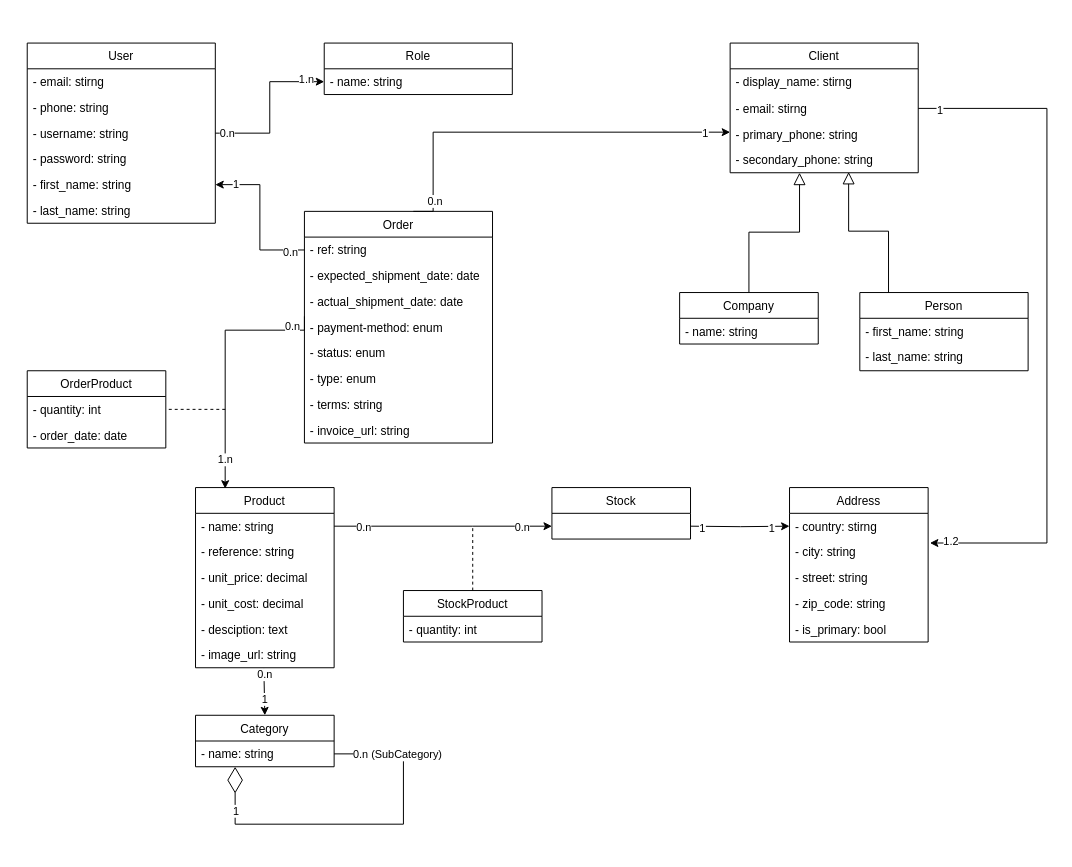
Above: class-diag.drawio in neeejm/inventory-management-system (draw.io), before the change. Source tidied: cells renumbered, new cells numbered last; positions are measured from the earlier drawing's top-left corner, leaving out a move shared by most shapes. Both pictures are drawn from the tidied source at 99%, with x=0, y=0 at pixel (27, 43).
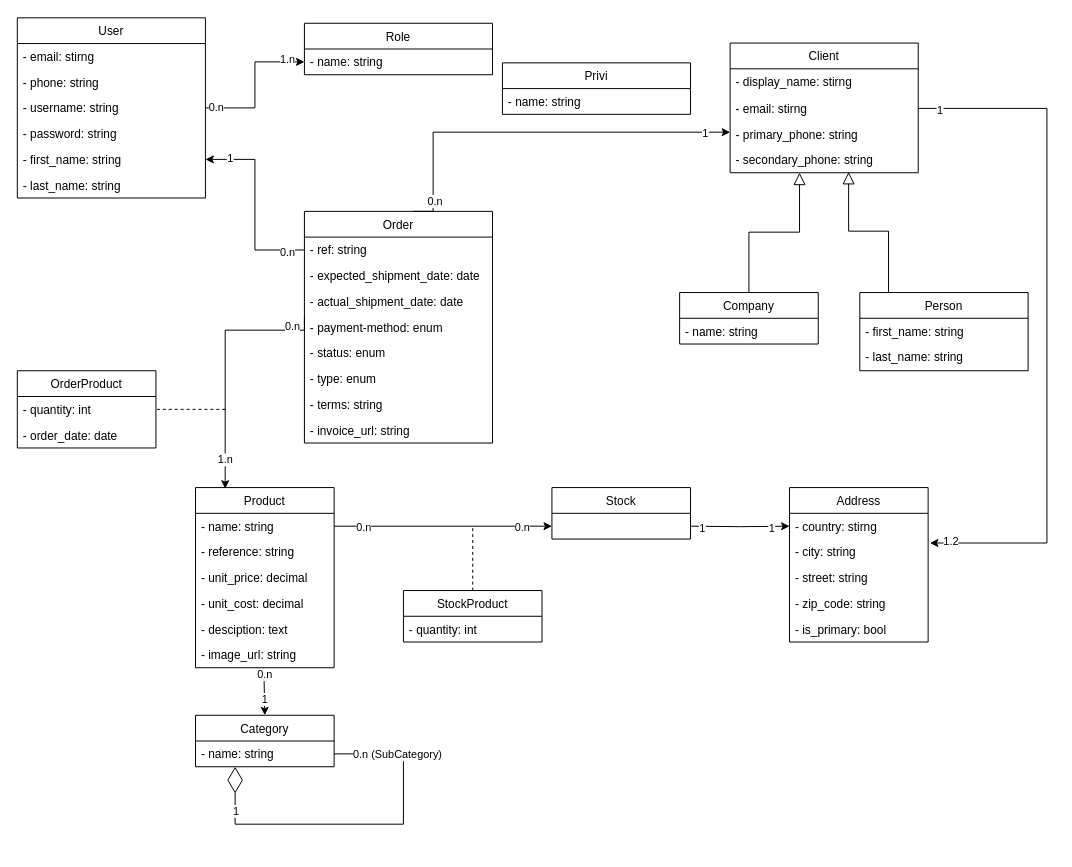
The same page after the edit.

What changed in the source:
```diff
@@
     <mxCell id="60" value="OrderProduct" style="swimlane;fontStyle=0;horizontal=1;startSize=26;fillColor=none;" parent="1" vertex="1">
-      <mxGeometry y="331" width="140" height="78" as="geometry" />
+      <mxGeometry x="-10" y="331" width="140" height="78" as="geometry" />
     </mxCell>
@@
     <mxCell id="67" value="User" style="swimlane;fontStyle=0;horizontal=1;startSize=26;fillColor=none;" parent="1" vertex="1">
-      <mxGeometry width="190" height="182" as="geometry" />
+      <mxGeometry x="-10" y="-25.5" width="190" height="182" as="geometry" />
     </mxCell>
@@
     <mxCell id="74" value="Role" style="swimlane;fontStyle=0;horizontal=1;startSize=26;fillColor=none;" parent="1" vertex="1">
-      <mxGeometry x="300" width="190" height="52" as="geometry" />
+      <mxGeometry x="280" y="-20" width="190" height="52" as="geometry" />
     </mxCell>
@@
+    <mxCell id="82" value="Privi" style="swimlane;fontStyle=0;horizontal=1;startSize=26;fillColor=none;" parent="1" vertex="1">
+      <mxGeometry x="480" y="20" width="190" height="52" as="geometry" />
+    </mxCell>
+    <mxCell id="83" value="- name: string" style="text;strokeColor=none;fillColor=none;align=left;verticalAlign=top;spacingLeft=4;spacingRight=4;overflow=hidden;" parent="82" vertex="1">
+      <mxGeometry y="26" width="190" height="26" as="geometry" />
+    </mxCell>
```
